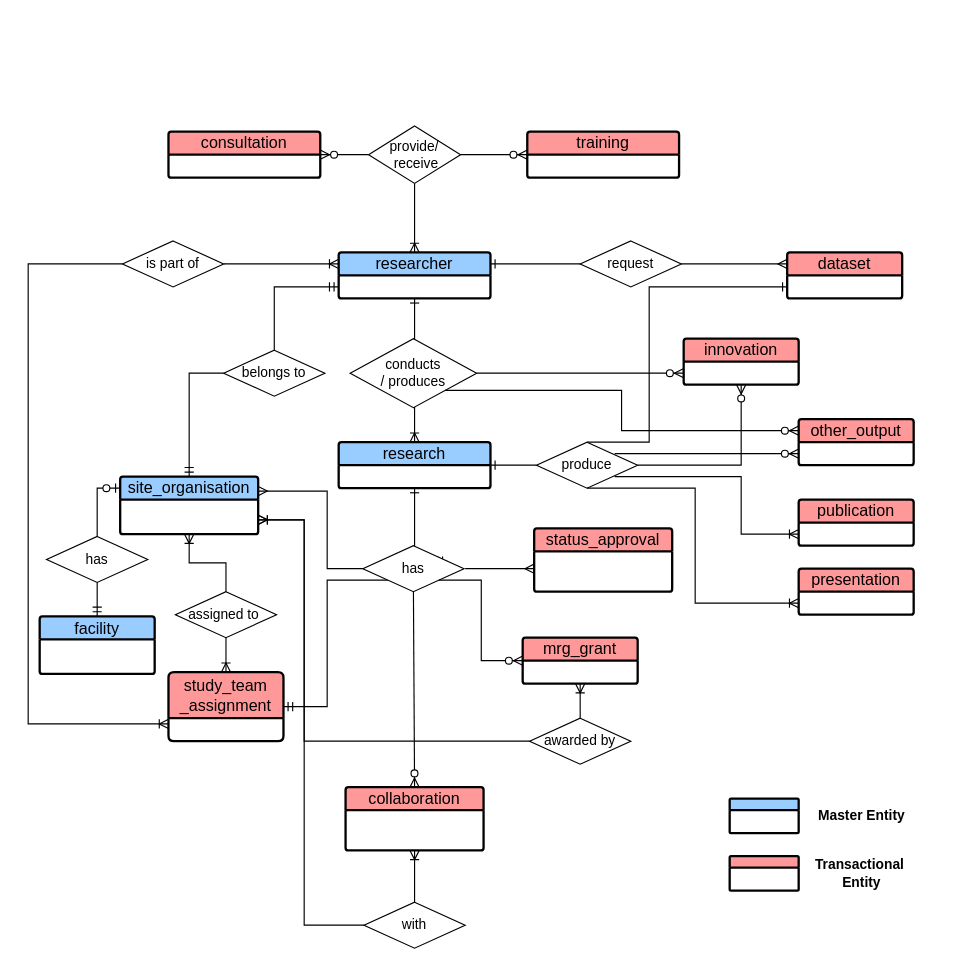
Before: prism_concept_diagram.drawio in rafsyahmi/prism_data_concepts, a draw.io diagram. Source tidied: cells renumbered, new cells numbered last; positions are measured from the earlier drawing's top-left corner, leaving out a move shared by most shapes. Both pictures are drawn from the tidied source at 115%, with x=0, y=0 at pixel (28, 125).
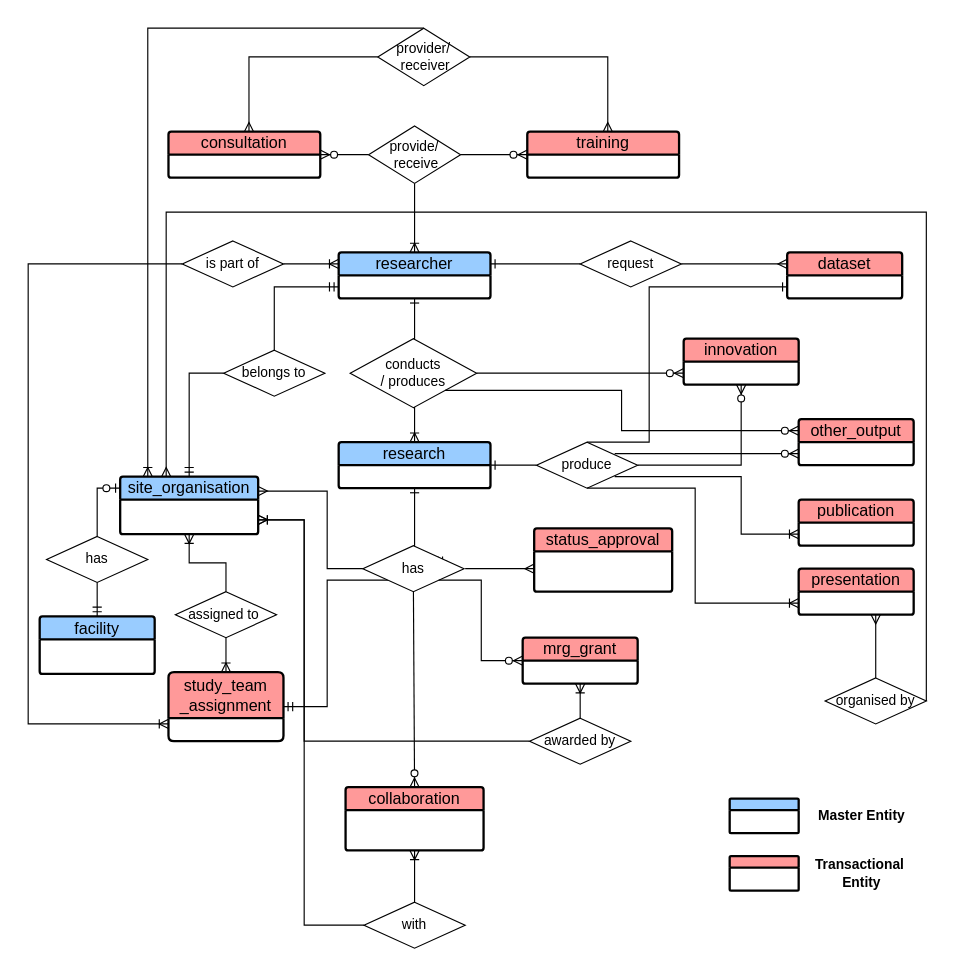
The same diagram, later.

Commit message:
update organiser training consultation and presentation

Change to the diagram source:
```diff
@@
     <mxCell id="48" value="is part of" style="shape=rhombus;perimeter=rhombusPerimeter;whiteSpace=wrap;html=1;align=center;" parent="1" vertex="1">
-      <mxGeometry x="82" y="100" width="88" height="40" as="geometry" />
+      <mxGeometry x="134" y="100" width="88" height="40" as="geometry" />
     </mxCell>
@@
+    <mxCell id="66" value="provider/&lt;div&gt;&amp;nbsp;receiver&lt;/div&gt;" style="shape=rhombus;perimeter=rhombusPerimeter;whiteSpace=wrap;html=1;align=center;" parent="1" vertex="1">
+      <mxGeometry x="304" y="-85" width="80" height="50" as="geometry" />
+    </mxCell>
+    <mxCell id="67" style="edgeStyle=elbowEdgeStyle;fontSize=12;html=1;endArrow=ERmany;rounded=0;exitX=1;exitY=0.5;exitDx=0;exitDy=0;entryX=0.5;entryY=0;entryDx=0;entryDy=0;" parent="1" edge="1" source="66">
+      <mxGeometry relative="1" as="geometry">
+        <mxPoint x="504" y="5" as="targetPoint" />
+        <Array as="points">
+          <mxPoint x="504" y="-35" />
+        </Array>
+      </mxGeometry>
+    </mxCell>
+    <mxCell id="68" style="edgeStyle=elbowEdgeStyle;fontSize=12;html=1;endArrow=ERmany;rounded=0;entryX=0.5;entryY=0;entryDx=0;entryDy=0;exitX=0;exitY=0.5;exitDx=0;exitDy=0;elbow=vertical;" parent="1" edge="1" source="66">
+      <mxGeometry relative="1" as="geometry">
+        <mxPoint x="192" y="5" as="targetPoint" />
+        <Array as="points">
+          <mxPoint x="244" y="-60" />
+        </Array>
+      </mxGeometry>
+    </mxCell>
+    <mxCell id="69" style="edgeStyle=elbowEdgeStyle;fontSize=12;html=1;endArrow=ERoneToMany;rounded=0;entryX=0.167;entryY=0;entryDx=0;entryDy=0;entryPerimeter=0;exitX=0.5;exitY=0;exitDx=0;exitDy=0;" parent="1" edge="1" source="66">
+      <mxGeometry relative="1" as="geometry">
+        <mxPoint x="104" y="305" as="targetPoint" />
+        <Array as="points">
+          <mxPoint x="104" y="95" />
+        </Array>
+      </mxGeometry>
+    </mxCell>
+    <mxCell id="70" value="organised by" style="shape=rhombus;perimeter=rhombusPerimeter;whiteSpace=wrap;html=1;align=center;" parent="1" vertex="1">
+      <mxGeometry x="693" y="480" width="88" height="40" as="geometry" />
+    </mxCell>
+    <mxCell id="71" style="edgeStyle=elbowEdgeStyle;fontSize=12;html=1;endArrow=ERmany;rounded=0;exitX=1;exitY=0.5;exitDx=0;exitDy=0;elbow=vertical;" parent="1" edge="1" source="70">
+      <mxGeometry relative="1" as="geometry">
+        <mxPoint x="120" y="305" as="targetPoint" />
+        <Array as="points">
+          <mxPoint x="483" y="75" />
+        </Array>
+      </mxGeometry>
+    </mxCell>
+    <mxCell id="72" style="edgeStyle=elbowEdgeStyle;fontSize=12;html=1;endArrow=ERmany;rounded=0;exitX=0.5;exitY=0;exitDx=0;exitDy=0;" parent="1" edge="1" source="70">
+      <mxGeometry relative="1" as="geometry">
+        <mxPoint x="737" y="425" as="targetPoint" />
+      </mxGeometry>
+    </mxCell>
```
